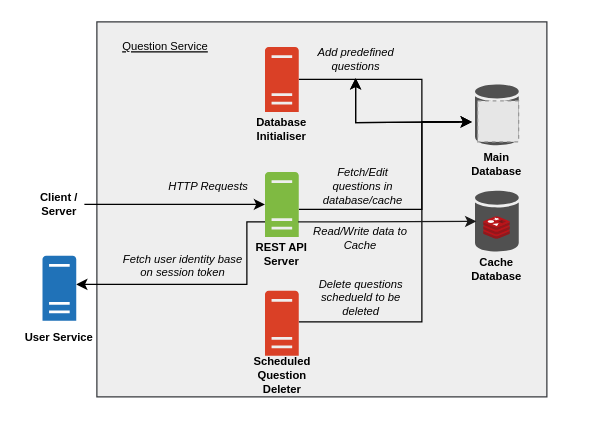
Earlier version of the draw.io diagram images/architecture.drawio (CS3219-AY2324S1-G04/peerprep_question_service). Source tidied: cells renumbered, new cells numbered last; positions are measured from the earlier drawing's top-left corner, leaving out a move shared by most shapes. Both pictures are drawn from the tidied source at 125%, with x=0, y=0 at pixel (21, 21). Pictures stored in the file or linked from it are replaced by grey dashed boxes.
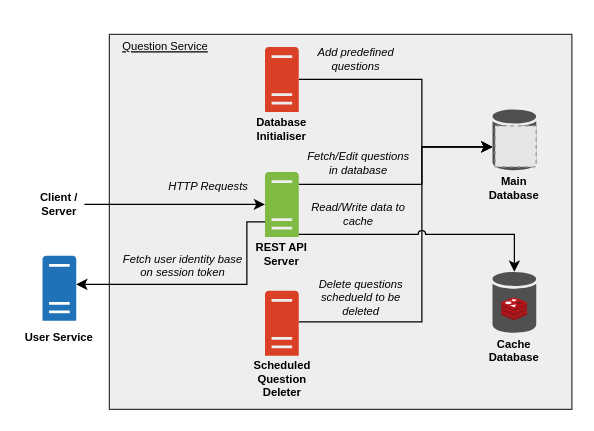
Above is the later version.

Commit message (it also covers changes not shown here):
Modify architecture diagram to reduce wire ambiguity

The change refers to these unchanged cells:
```xml
<mxCell id="11" value="Add predefined questions" style="text;html=1;strokeColor=none;fillColor=none;align=center;verticalAlign=middle;whiteSpace=wrap;rounded=0;fontSize=9;spacing=2;horizontal=1;fontStyle=2;" parent="1" vertex="1">
  <mxGeometry x="221.5" y="15" width="91" height="30" as="geometry" />
</mxCell>
<mxCell id="17" style="sketch=0;shadow=0;dashed=0;html=1;strokeColor=none;fillColor=#505050;labelPosition=center;verticalLabelPosition=bottom;verticalAlign=top;outlineConnect=0;align=center;shape=mxgraph.office.databases.database;" parent="16" vertex="1">
  <mxGeometry width="35" height="49" as="geometry" />
</mxCell>
<mxCell id="22" style="sketch=0;shadow=0;dashed=0;html=1;strokeColor=none;fillColor=#505050;labelPosition=center;verticalLabelPosition=bottom;verticalAlign=top;outlineConnect=0;align=center;shape=mxgraph.office.databases.database;" parent="21" vertex="1">
  <mxGeometry width="35" height="49" as="geometry" />
</mxCell>
<mxCell id="27" style="sketch=0;shadow=0;dashed=0;html=1;strokeColor=none;labelPosition=center;verticalLabelPosition=bottom;verticalAlign=top;outlineConnect=0;align=center;shape=mxgraph.office.servers.server_generic;fillColor=#7FBA42;" parent="25" vertex="1">
  <mxGeometry x="16.5" width="27" height="52" as="geometry" />
</mxCell>
<mxCell id="28" style="group;" parent="1" vertex="1">
  <mxGeometry x="176.5" y="215" width="63" height="85" as="geometry" />
</mxCell>
<mxCell id="29" style="sketch=0;shadow=0;dashed=0;html=1;strokeColor=none;fillColor=#DA4026;labelPosition=center;verticalLabelPosition=bottom;verticalAlign=top;outlineConnect=0;align=center;shape=mxgraph.office.servers.server_generic;" parent="28" vertex="1">
  <mxGeometry x="18" width="27" height="52" as="geometry" />
</mxCell>
<mxCell id="33" style="sketch=0;shadow=0;dashed=0;html=1;strokeColor=none;labelPosition=center;verticalLabelPosition=bottom;verticalAlign=top;outlineConnect=0;align=center;shape=mxgraph.office.servers.server_generic;fillColor=#DA4026;" parent="31" vertex="1">
  <mxGeometry x="16.5" width="27" height="52" as="geometry" />
</mxCell>
```

Diff of the diagram source:
```diff
@@
     <mxCell id="2" style="rounded=0;whiteSpace=wrap;html=1;fillColor=#eeeeee;strokeColor=#36393d;" parent="1" vertex="1">
-      <mxGeometry x="60" width="360" height="300" as="geometry" />
+      <mxGeometry x="70" y="10" width="370" height="300" as="geometry" />
     </mxCell>
-    <mxCell id="3" style="edgeStyle=orthogonalEdgeStyle;rounded=0;jettySize=auto;html=1;" parent="1" edge="1" source="27">
+    <mxCell id="3" style="edgeStyle=orthogonalEdgeStyle;rounded=0;jettySize=auto;html=1;" parent="1" edge="1" source="27" target="22">
       <mxGeometry relative="1" as="geometry">
-        <mxPoint x="360" y="80" as="targetPoint" />
         <Array as="points">
-          <mxPoint x="320" y="150" />
-          <mxPoint x="320" y="80" />
+          <mxPoint x="320" y="130" />
+          <mxPoint x="320" y="100" />
         </Array>
       </mxGeometry>
     </mxCell>
-    <mxCell id="4" value="Fetch/Edit questions in database/cache" style="text;html=1;strokeColor=none;fillColor=none;align=center;verticalAlign=middle;whiteSpace=wrap;rounded=0;fontSize=9;spacing=2;horizontal=1;fontStyle=2;" parent="1" vertex="1">
-      <mxGeometry x="233.5" y="117" width="77.5" height="30" as="geometry" />
+    <mxCell id="4" value="Fetch/Edit questions in database" style="text;html=1;strokeColor=none;fillColor=none;align=center;verticalAlign=middle;whiteSpace=wrap;rounded=0;fontSize=9;spacing=2;horizontal=1;fontStyle=2;" parent="1" vertex="1">
+      <mxGeometry x="224" y="97.8" width="91" height="30" as="geometry" />
     </mxCell>
@@
-    <mxCell id="8" style="edgeStyle=orthogonalEdgeStyle;rounded=0;jettySize=auto;html=1;" parent="1" edge="1" source="33">
+    <mxCell id="8" style="edgeStyle=orthogonalEdgeStyle;rounded=0;jettySize=auto;html=1;" parent="1" edge="1" source="33" target="22">
       <mxGeometry relative="1" as="geometry">
-        <mxPoint x="360" y="80" as="targetPoint" />
         <Array as="points">
           <mxPoint x="320" y="46" />
-          <mxPoint x="320" y="80" />
+          <mxPoint x="320" y="100" />
         </Array>
       </mxGeometry>
     </mxCell>
@@
-    <mxCell id="10" style="edgeStyle=orthogonalEdgeStyle;rounded=0;jettySize=auto;html=1;" parent="1" edge="1" source="29">
+    <mxCell id="10" style="edgeStyle=orthogonalEdgeStyle;rounded=0;jettySize=auto;html=1;" parent="1" edge="1" source="29" target="22">
       <mxGeometry relative="1" as="geometry">
-        <mxPoint x="360" y="80" as="targetPoint" />
         <Array as="points">
           <mxPoint x="320" y="240" />
-          <mxPoint x="320" y="80" />
+          <mxPoint x="320" y="100" />
         </Array>
       </mxGeometry>
     </mxCell>
@@
     <mxCell id="15" style="group;" parent="1" vertex="1">
-      <mxGeometry x="350" y="135" width="60" height="77" as="geometry" />
+      <mxGeometry x="364" y="200" width="60" height="77" as="geometry" />
     </mxCell>
@@
     <mxCell id="20" style="group;" parent="1" vertex="1">
-      <mxGeometry x="350" y="50" width="60" height="77" as="geometry" />
+      <mxGeometry x="364" y="70" width="60" height="77" as="geometry" />
     </mxCell>
@@
     <mxCell id="24" value="Main Database" style="text;html=1;strokeColor=none;fillColor=none;align=center;verticalAlign=middle;whiteSpace=wrap;rounded=0;fontSize=9;spacing=2;horizontal=1;fontStyle=1;" parent="20" vertex="1">
-      <mxGeometry y="50" width="60" height="27" as="geometry" />
+      <mxGeometry y="49" width="60" height="28" as="geometry" />
     </mxCell>
@@
     <mxCell id="30" value="Scheduled Question Deleter" style="text;html=1;strokeColor=none;fillColor=none;align=center;verticalAlign=middle;whiteSpace=wrap;rounded=0;fontSize=9;spacing=2;horizontal=1;fontStyle=1;" parent="28" vertex="1">
-      <mxGeometry y="50" width="63" height="35" as="geometry" />
+      <mxGeometry y="57" width="63" height="28" as="geometry" />
     </mxCell>
@@
-    <mxCell id="37" style="edgeStyle=orthogonalEdgeStyle;rounded=0;jettySize=auto;html=1;" parent="1" edge="1" target="11">
-      <mxGeometry relative="1" as="geometry">
-        <mxPoint x="350" y="80" as="sourcePoint" />
-      </mxGeometry>
-    </mxCell>
-    <mxCell id="38" style="edgeStyle=orthogonalEdgeStyle;rounded=0;jumpSize=6;jettySize=auto;html=1;endArrow=classic;endFill=1;startSize=6;endSize=6;targetPerimeterSpacing=0;" parent="1" edge="1" target="11">
-      <mxGeometry relative="1" as="geometry">
-        <mxPoint x="350" y="80" as="sourcePoint" />
-      </mxGeometry>
-    </mxCell>
-    <mxCell id="39" style="endArrow=classic;html=1;rounded=0;strokeColor=#1A1A1A;" parent="1" edge="1">
-      <mxGeometry relative="1" as="geometry">
-        <mxPoint x="221" y="160" as="sourcePoint" />
-        <mxPoint x="363.5" y="159.6" as="targetPoint" />
-        <Array as="points">
-          <mxPoint x="261" y="160" />
-        </Array>
-      </mxGeometry>
-    </mxCell>
-    <mxCell id="40" value="Read/Write data to Cache" style="text;html=1;strokeColor=none;fillColor=none;align=center;verticalAlign=middle;whiteSpace=wrap;rounded=0;fontSize=9;spacing=2;horizontal=1;fontStyle=2;" parent="1" vertex="1">
-      <mxGeometry x="232" y="158" width="77.5" height="30" as="geometry" />
-    </mxCell>
+    <mxCell id="41" style="edgeStyle=orthogonalEdgeStyle;rounded=0;jettySize=auto;html=1;jumpStyle=arc;" parent="1" edge="1" source="27" target="17">
+      <mxGeometry relative="1" as="geometry">
+        <Array as="points">
+          <mxPoint x="394" y="170" />
+        </Array>
+      </mxGeometry>
+    </mxCell>
+    <mxCell id="42" value="Read/Write data to cache" style="text;html=1;strokeColor=none;fillColor=none;align=center;verticalAlign=middle;whiteSpace=wrap;rounded=0;fontSize=9;spacing=2;horizontal=1;fontStyle=2;" parent="1" vertex="1">
+      <mxGeometry x="224" y="139.2" width="91" height="30" as="geometry" />
+    </mxCell>
```
